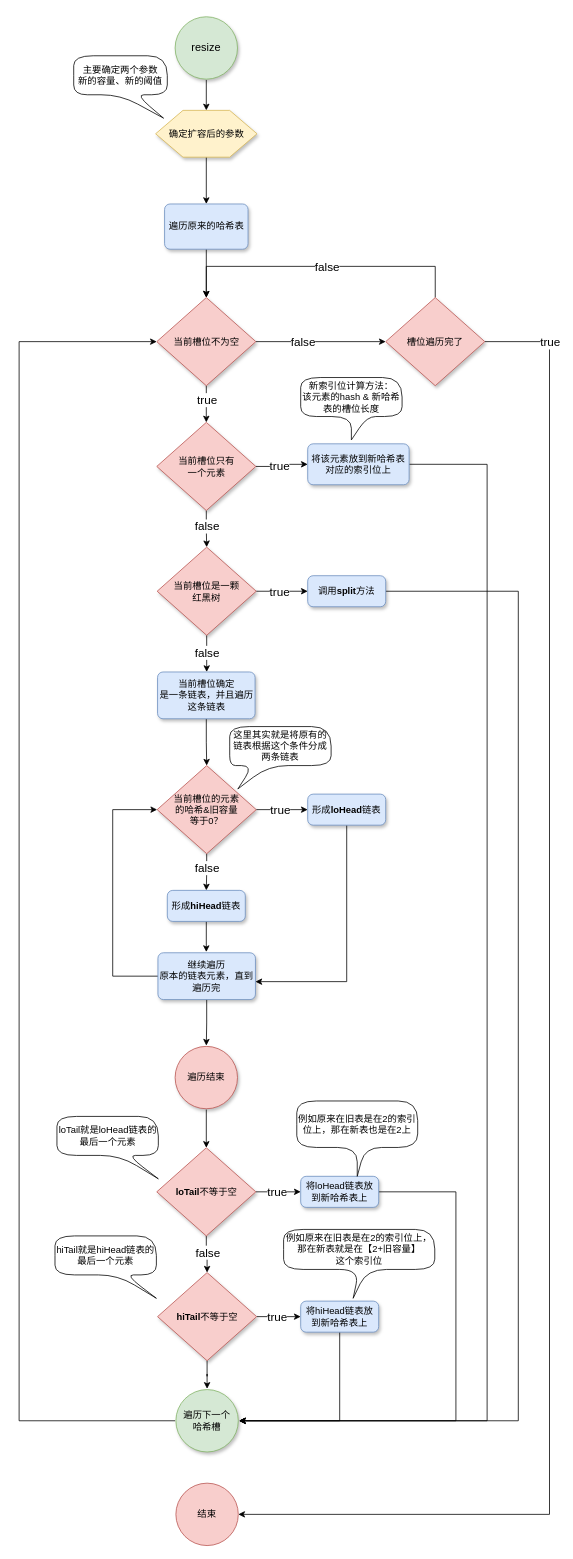
The draw.io diagram page "扩容流程" (1 of 2) of typora/JavaSE/6 集合/drawio/HashMap/扩容流程.drawio in LDChing0321/JavaLearn, before the edit. Source tidied: cells renumbered, new cells numbered last; positions are measured from the earlier drawing's top-left corner, leaving out a move shared by most shapes. Both pictures are drawn from the tidied source at 78%, with x=0, y=0 at pixel (19, 16).
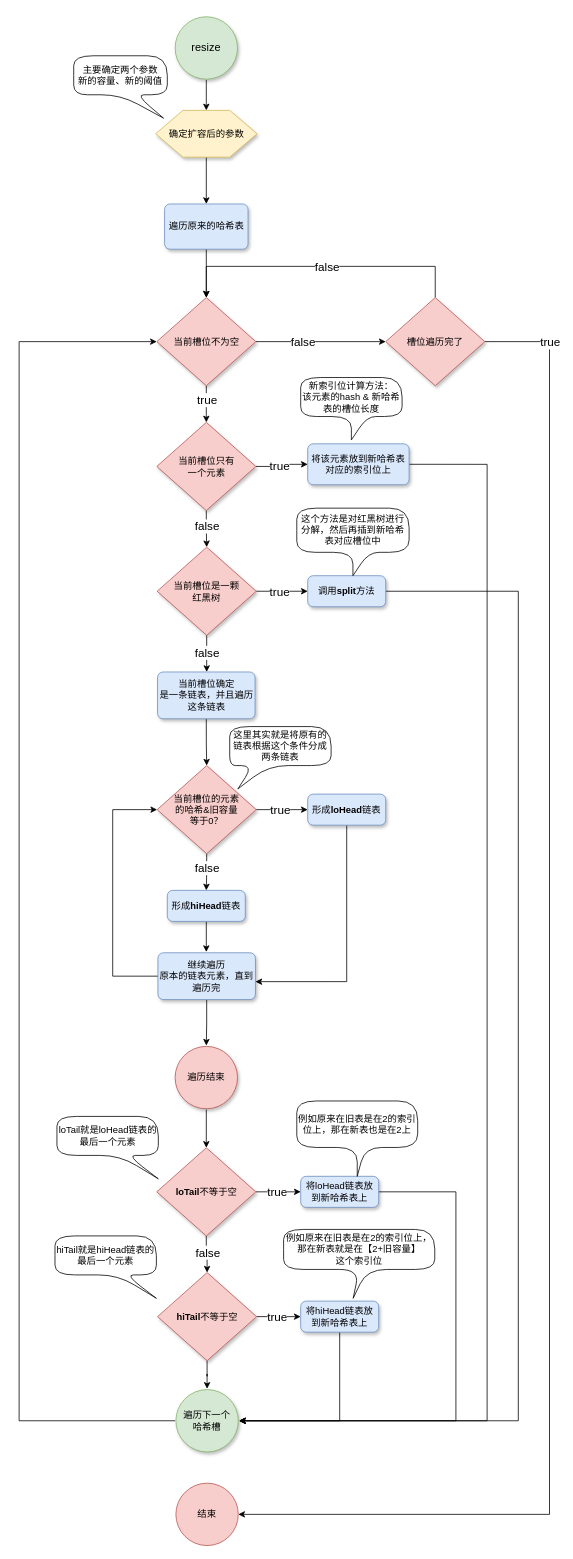
After the change.

Commit message:
更新扩容流程.drawio

What changed in the source:
```diff
@@
+    <mxCell id="71" value="这个方法是对红黑树进行分解，然后再插到新哈希表对应槽位中" style="shape=callout;whiteSpace=wrap;html=1;perimeter=calloutPerimeter;rounded=1;arcSize=50;position2=0.5;" parent="1" vertex="1">
+      <mxGeometry x="356" y="630" width="144" height="86.6" as="geometry" />
+    </mxCell>
```
